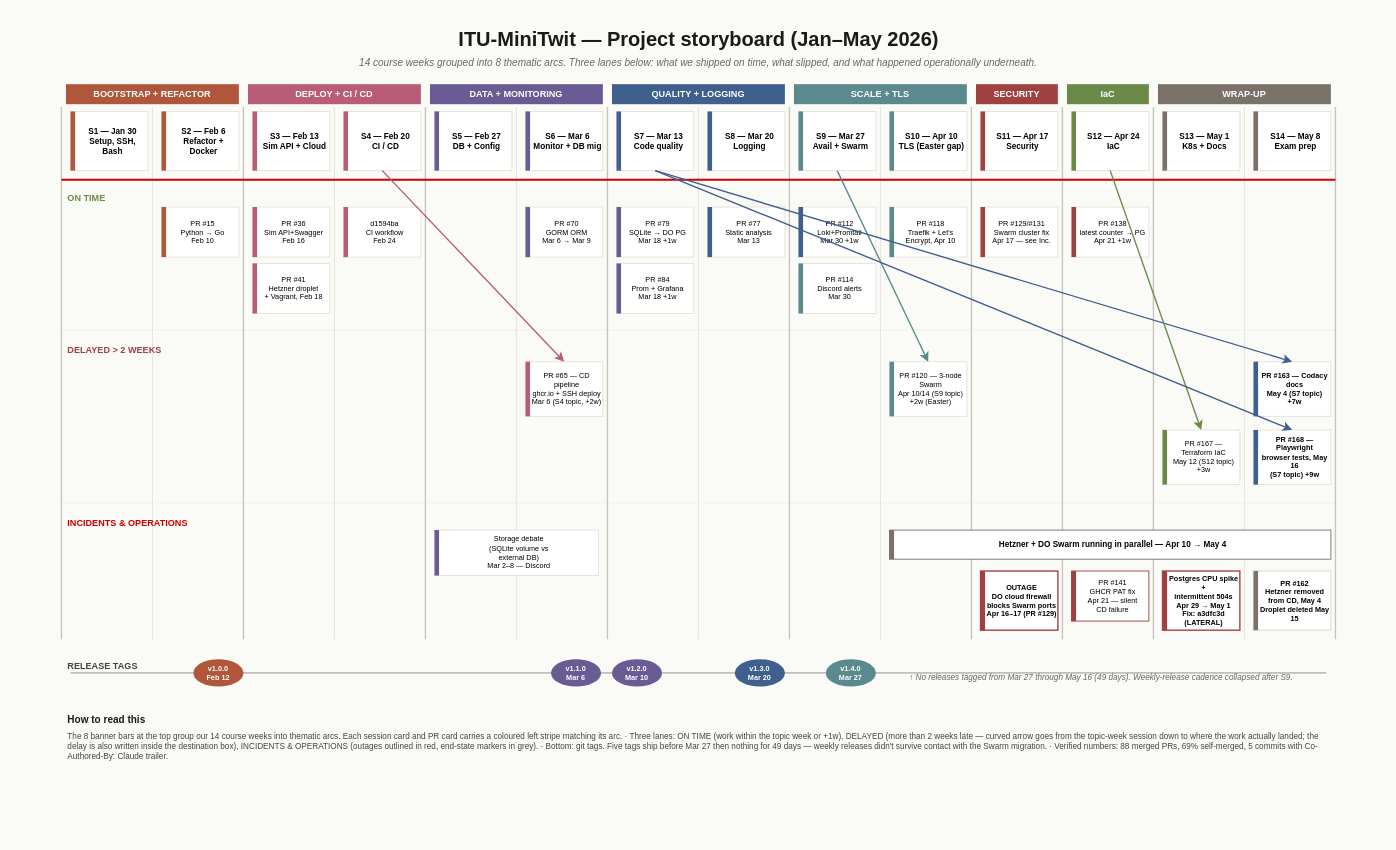
Earlier version of the draw.io diagram report/exam-storyboard.drawio (DevTroopers-ITU/itu-minitwit). Source tidied: cells renumbered, new cells numbered last; positions are measured from the earlier drawing's top-left corner, leaving out a move shared by most shapes. Both pictures are drawn from the tidied source at 91%, with x=0, y=0 at pixel (15, 15).
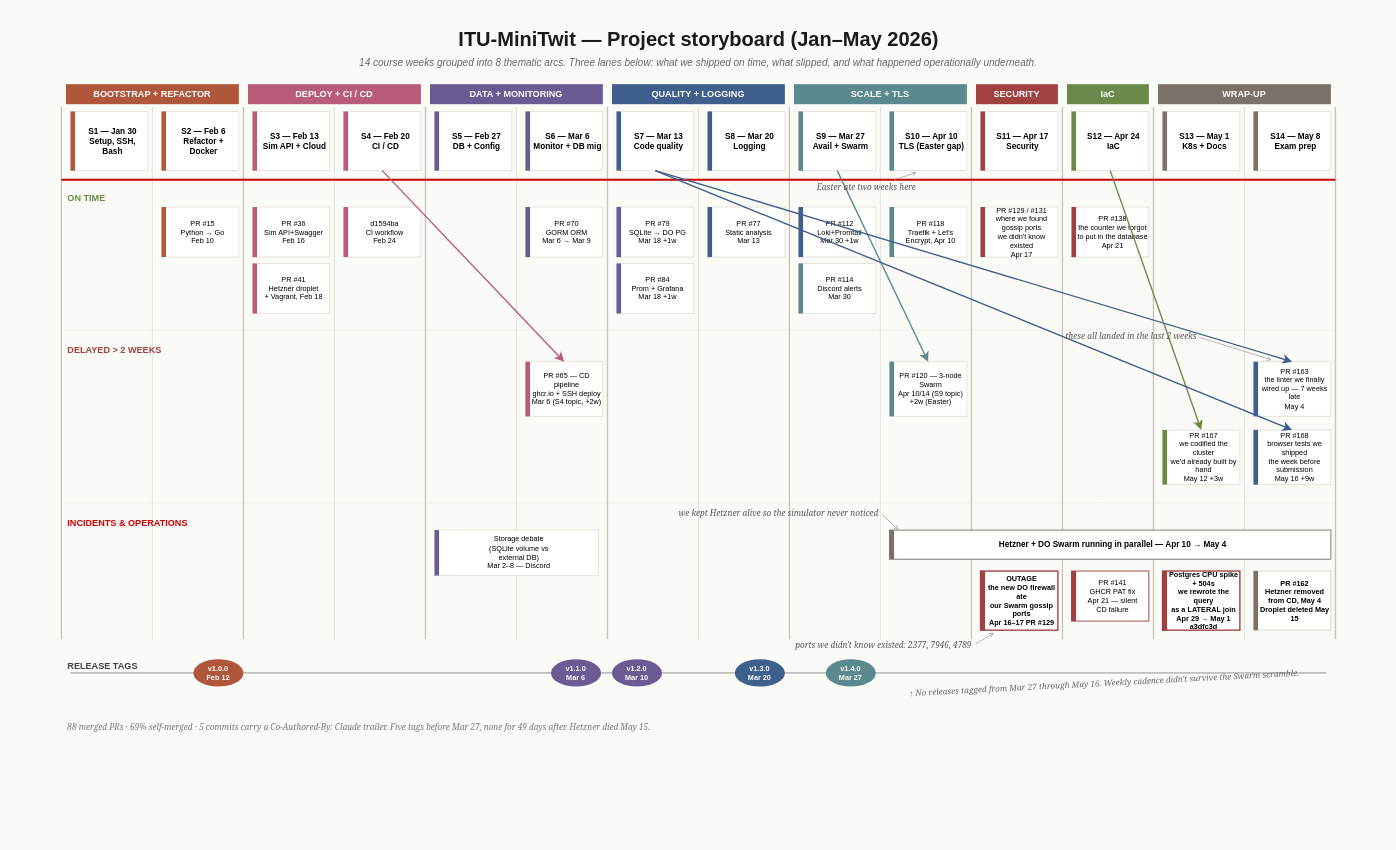
Above is the later version.

Commit message (it also covers changes not shown here):
storyboard v8: margin annotations + we-voiced labels

Diff of the diagram source:
```diff
@@
-    <mxCell id="80" value="PR #129/#131&#10;Swarm cluster fix&#10;Apr 17 — see Inc." style="rounded=0;whiteSpace=wrap;html=1;fillColor=#FFFFFF;strokeColor=#E5E2DA;strokeWidth=1;fontSize=8;align=center;verticalAlign=middle;spacingLeft=6;" parent="1" vertex="1">
+    <mxCell id="80" value="PR #129 / #131&#10;where we found gossip ports&#10;we didn't know existed&#10;Apr 17" style="rounded=0;whiteSpace=wrap;html=1;fillColor=#FFFFFF;strokeColor=#E5E2DA;strokeWidth=1;fontSize=8;align=center;verticalAlign=middle;spacingLeft=6;" parent="1" vertex="1">
       <mxGeometry x="1060" y="210" width="85" height="55" as="geometry" />
     </mxCell>
@@
-    <mxCell id="82" value="PR #138&#10;latest counter → PG&#10;Apr 21  +1w" style="rounded=0;whiteSpace=wrap;html=1;fillColor=#FFFFFF;strokeColor=#E5E2DA;strokeWidth=1;fontSize=8;align=center;verticalAlign=middle;spacingLeft=6;" parent="1" vertex="1">
+    <mxCell id="82" value="PR #138&#10;the counter we forgot&#10;to put in the database&#10;Apr 21" style="rounded=0;whiteSpace=wrap;html=1;fillColor=#FFFFFF;strokeColor=#E5E2DA;strokeWidth=1;fontSize=8;align=center;verticalAlign=middle;spacingLeft=6;" parent="1" vertex="1">
       <mxGeometry x="1160" y="210" width="85" height="55" as="geometry" />
     </mxCell>
@@
-    <mxCell id="92" value="PR #163 — Codacy docs&#10;May 4 (S7 topic)&#10;+7w" style="rounded=0;whiteSpace=wrap;html=1;fillColor=#FFFFFF;strokeColor=#E5E2DA;strokeWidth=1;fontSize=8;fontStyle=1;align=center;verticalAlign=middle;spacingLeft=6;" parent="1" vertex="1">
+    <mxCell id="92" value="PR #163&#10;the linter we finally&#10;wired up — 7 weeks late&#10;May 4" style="rounded=0;whiteSpace=wrap;html=1;fillColor=#FFFFFF;strokeColor=#E5E2DA;strokeWidth=1;fontSize=8;align=center;verticalAlign=middle;spacingLeft=6;" parent="1" vertex="1">
       <mxGeometry x="1360" y="380" width="85" height="60" as="geometry" />
     </mxCell>
@@
-    <mxCell id="95" value="PR #167 — Terraform IaC&#10;May 12 (S12 topic)&#10;+3w" style="rounded=0;whiteSpace=wrap;html=1;fillColor=#FFFFFF;strokeColor=#E5E2DA;strokeWidth=1;fontSize=8;align=center;verticalAlign=middle;spacingLeft=6;" parent="1" vertex="1">
+    <mxCell id="95" value="PR #167&#10;we codified the cluster&#10;we'd already built by hand&#10;May 12  +3w" style="rounded=0;whiteSpace=wrap;html=1;fillColor=#FFFFFF;strokeColor=#E5E2DA;strokeWidth=1;fontSize=8;align=center;verticalAlign=middle;spacingLeft=6;" parent="1" vertex="1">
       <mxGeometry x="1260" y="455" width="85" height="60" as="geometry" />
     </mxCell>
@@
-    <mxCell id="98" value="PR #168 — Playwright&#10;browser tests, May 16&#10;(S7 topic) +9w" style="rounded=0;whiteSpace=wrap;html=1;fillColor=#FFFFFF;strokeColor=#E5E2DA;strokeWidth=1;fontSize=8;fontStyle=1;align=center;verticalAlign=middle;spacingLeft=6;" parent="1" vertex="1">
+    <mxCell id="98" value="PR #168&#10;browser tests we shipped&#10;the week before submission&#10;May 16  +9w" style="rounded=0;whiteSpace=wrap;html=1;fillColor=#FFFFFF;strokeColor=#E5E2DA;strokeWidth=1;fontSize=8;align=center;verticalAlign=middle;spacingLeft=6;" parent="1" vertex="1">
       <mxGeometry x="1360" y="455" width="85" height="60" as="geometry" />
     </mxCell>
@@
-    <mxCell id="107" value="OUTAGE&#10;DO cloud firewall&#10;blocks Swarm ports&#10;Apr 16–17 (PR #129)" style="rounded=0;whiteSpace=wrap;html=1;fillColor=#FFFFFF;strokeColor=#A04040;strokeWidth=1.5;fontSize=8;fontStyle=1;align=center;verticalAlign=middle;spacingLeft=6;" parent="1" vertex="1">
+    <mxCell id="107" value="OUTAGE&#10;the new DO firewall ate&#10;our Swarm gossip ports&#10;Apr 16–17  PR #129" style="rounded=0;whiteSpace=wrap;html=1;fillColor=#FFFFFF;strokeColor=#A04040;strokeWidth=1.5;fontSize=8;fontStyle=1;align=center;verticalAlign=middle;spacingLeft=6;" parent="1" vertex="1">
       <mxGeometry x="1060" y="610" width="85" height="65" as="geometry" />
     </mxCell>
@@
-    <mxCell id="111" value="Postgres CPU spike +&#10;intermittent 504s&#10;Apr 29 → May 1&#10;Fix: a3dfc3d (LATERAL)" style="rounded=0;whiteSpace=wrap;html=1;fillColor=#FFFFFF;strokeColor=#A04040;strokeWidth=1.5;fontSize=8;fontStyle=1;align=center;verticalAlign=middle;spacingLeft=6;" parent="1" vertex="1">
+    <mxCell id="111" value="Postgres CPU spike + 504s&#10;we rewrote the query&#10;as a LATERAL join&#10;Apr 29 → May 1  a3dfc3d" style="rounded=0;whiteSpace=wrap;html=1;fillColor=#FFFFFF;strokeColor=#A04040;strokeWidth=1.5;fontSize=8;fontStyle=1;align=center;verticalAlign=middle;spacingLeft=6;" parent="1" vertex="1">
       <mxGeometry x="1260" y="610" width="85" height="65" as="geometry" />
     </mxCell>
@@
-    <mxCell id="122" value="↑  No releases tagged from Mar 27 through May 16 (49 days). Weekly-release cadence collapsed after S9." style="text;html=1;strokeColor=none;fillColor=none;align=left;verticalAlign=middle;fontSize=9;fontStyle=2;fontColor=#666666;" parent="1" vertex="1">
-      <mxGeometry x="980" y="717" width="500" height="20" as="geometry" />
+    <mxCell id="122" value="↑  No releases tagged from Mar 27 through May 16. Weekly cadence didn't survive the Swarm scramble." style="text;html=1;strokeColor=none;fillColor=none;align=left;verticalAlign=middle;fontSize=9;fontStyle=2;fontFamily=Georgia;fontColor=#666666;rotation=-3;" parent="1" vertex="1">
+      <mxGeometry x="980" y="722" width="500" height="20" as="geometry" />
     </mxCell>
-    <mxCell id="123" value="How to read this" style="text;html=1;strokeColor=none;fillColor=none;align=left;verticalAlign=top;fontSize=11;fontStyle=1;fontColor=#1A1A1A;" parent="1" vertex="1">
-      <mxGeometry x="55" y="760" width="200" height="20" as="geometry" />
-    </mxCell>
+    <mxCell id="125" value="Easter ate two weeks here" style="text;html=1;strokeColor=none;fillColor=none;align=center;verticalAlign=middle;fontSize=9;fontStyle=2;fontFamily=Georgia;fontColor=#555555;whiteSpace=wrap;" parent="1" vertex="1">
+      <mxGeometry x="845" y="182" width="180" height="14" as="geometry" />
+    </mxCell>
+    <mxCell id="126" style="endArrow=open;endSize=4;html=1;rounded=0;strokeColor=#999999;strokeWidth=0.75;curved=1;" parent="1" edge="1">
+      <mxGeometry relative="1" as="geometry">
+        <mxPoint x="965" y="180" as="sourcePoint" />
+        <mxPoint x="990" y="172" as="targetPoint" />
+      </mxGeometry>
+    </mxCell>
+    <mxCell id="127" value="we kept Hetzner alive so the simulator never noticed" style="text;html=1;strokeColor=none;fillColor=none;align=right;verticalAlign=middle;fontSize=9;fontStyle=2;fontFamily=Georgia;fontColor=#555555;whiteSpace=wrap;" parent="1" vertex="1">
+      <mxGeometry x="660" y="540" width="290" height="14" as="geometry" />
+    </mxCell>
+    <mxCell id="128" style="endArrow=open;endSize=4;html=1;rounded=0;strokeColor=#999999;strokeWidth=0.75;curved=1;" parent="1" edge="1">
+      <mxGeometry relative="1" as="geometry">
+        <mxPoint x="952" y="548" as="sourcePoint" />
+        <mxPoint x="970" y="565" as="targetPoint" />
+      </mxGeometry>
+    </mxCell>
+    <mxCell id="129" value="ports we didn't know existed: 2377, 7946, 4789" style="text;html=1;strokeColor=none;fillColor=none;align=left;verticalAlign=middle;fontSize=9;fontStyle=2;fontFamily=Georgia;fontColor=#555555;whiteSpace=wrap;" parent="1" vertex="1">
+      <mxGeometry x="855" y="685" width="200" height="14" as="geometry" />
+    </mxCell>
+    <mxCell id="130" style="endArrow=open;endSize=4;html=1;rounded=0;strokeColor=#999999;strokeWidth=0.75;curved=1;" parent="1" edge="1">
+      <mxGeometry relative="1" as="geometry">
+        <mxPoint x="1055" y="690" as="sourcePoint" />
+        <mxPoint x="1075" y="678" as="targetPoint" />
+      </mxGeometry>
+    </mxCell>
+    <mxCell id="131" value="these all landed in the last 2 weeks" style="text;html=1;strokeColor=none;fillColor=none;align=right;verticalAlign=middle;fontSize=9;fontStyle=2;fontFamily=Georgia;fontColor=#555555;whiteSpace=wrap;" parent="1" vertex="1">
+      <mxGeometry x="1075" y="345" width="225" height="14" as="geometry" />
+    </mxCell>
+    <mxCell id="132" style="endArrow=open;endSize=4;html=1;rounded=0;strokeColor=#999999;strokeWidth=0.75;curved=1;" parent="1" edge="1">
+      <mxGeometry relative="1" as="geometry">
+        <mxPoint x="1300" y="353" as="sourcePoint" />
+        <mxPoint x="1380" y="378" as="targetPoint" />
+      </mxGeometry>
+    </mxCell>
-    <mxCell id="124" value="The 8 banner bars at the top group our 14 course weeks into thematic arcs. Each session card and PR card carries a coloured left stripe matching its arc.   ·   Three lanes: ON TIME (work within the topic week or +1w), DELAYED (more than 2 weeks late — curved arrow goes from the topic-week session down to where the work actually landed; the delay is also written inside the destination box), INCIDENTS &amp; OPERATIONS (outages outlined in red, end-state markers in grey).   ·   Bottom: git tags. Five tags ship before Mar 27 then nothing for 49 days — weekly releases didn't survive contact with the Swarm migration.   ·   Verified numbers: 88 merged PRs, 69% self-merged, 5 commits with Co-Authored-By: Claude trailer." style="text;html=1;strokeColor=none;fillColor=none;align=left;verticalAlign=top;fontSize=9;whiteSpace=wrap;fontColor=#444444;" parent="1" vertex="1">
-      <mxGeometry x="55" y="780" width="1395" height="80" as="geometry" />
+    <mxCell id="124" value="88 merged PRs · 69% self-merged · 5 commits carry a Co-Authored-By: Claude trailer. Five tags before Mar 27, none for 49 days after. Hetzner died May 15." style="text;html=1;strokeColor=none;fillColor=none;align=left;verticalAlign=top;fontSize=9;fontStyle=2;fontFamily=Georgia;whiteSpace=wrap;fontColor=#777777;" parent="1" vertex="1">
+      <mxGeometry x="55" y="770" width="1395" height="20" as="geometry" />
     </mxCell>
```
